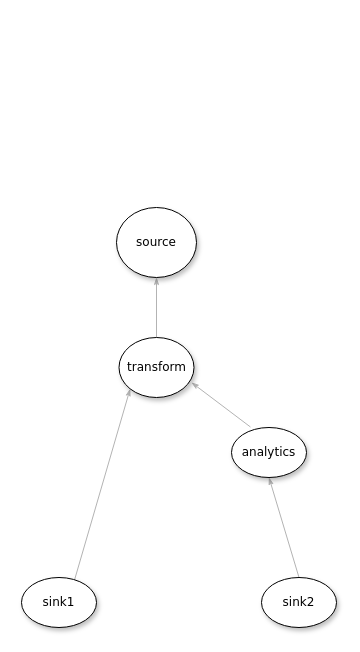
takayahilton/drow keeps this draw.io diagram as Untitled Diagram.drawio. Above is the earlier version. Source tidied: cells renumbered, new cells numbered last; positions are measured from the earlier drawing's top-left corner, leaving out a move shared by most shapes. Both pictures are drawn from the tidied source at 100%, with x=0, y=0 at pixel (21, 207).
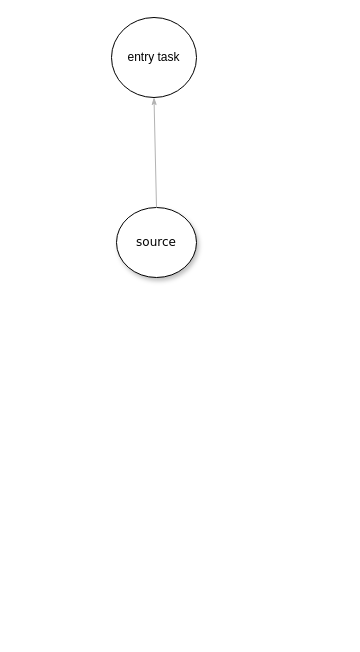
The same page after the edit.

The edit, as a diff of the source:
```diff
@@
 <mxGraphModel>
   <root>
     <mxCell id="0" />
     <mxCell id="1" parent="0" />
-    <mxCell id="2" style="edgeStyle=none;rounded=1;html=1;labelBackgroundColor=none;startArrow=none;startFill=0;startSize=5;endArrow=classicThin;endFill=1;endSize=5;jettySize=auto;strokeColor=#B3B3B3;strokeWidth=1;fontFamily=Verdana;fontSize=12;entryX=0.5;entryY=1;entryDx=0;entryDy=0;exitX=0.5;exitY=0;exitDx=0;exitDy=0;" parent="1" edge="1" source="6" target="3">
-      <mxGeometry relative="1" as="geometry" />
-    </mxCell>
     <mxCell id="3" value="source" style="ellipse;whiteSpace=wrap;html=1;rounded=0;shadow=1;comic=0;labelBackgroundColor=none;strokeWidth=1;fontFamily=Verdana;fontSize=12;align=center;" parent="1" vertex="1">
       <mxGeometry x="95" width="80" height="70" as="geometry" />
     </mxCell>
-    <mxCell id="4" style="edgeStyle=none;rounded=1;html=1;labelBackgroundColor=none;startArrow=none;startFill=0;startSize=5;endArrow=classicThin;endFill=1;endSize=5;jettySize=auto;strokeColor=#B3B3B3;strokeWidth=1;fontFamily=Verdana;fontSize=12;exitX=0.707;exitY=0.05;exitDx=0;exitDy=0;exitPerimeter=0;entryX=0;entryY=1;entryDx=0;entryDy=0;" parent="1" edge="1" source="9" target="6">
-      <mxGeometry relative="1" as="geometry" />
-    </mxCell>
-    <mxCell id="5" style="edgeStyle=none;rounded=1;html=1;labelBackgroundColor=none;startArrow=none;startFill=0;startSize=5;endArrow=classicThin;endFill=1;endSize=5;jettySize=auto;strokeColor=#B3B3B3;strokeWidth=1;fontFamily=Verdana;fontSize=12;entryX=0.967;entryY=0.75;entryDx=0;entryDy=0;exitX=0.253;exitY=-0.01;exitDx=0;exitDy=0;exitPerimeter=0;entryPerimeter=0;" parent="1" edge="1" source="8" target="6">
-      <mxGeometry relative="1" as="geometry" />
-    </mxCell>
-    <mxCell id="6" value="transform" style="ellipse;whiteSpace=wrap;html=1;rounded=0;shadow=1;comic=0;labelBackgroundColor=none;strokeWidth=1;fontFamily=Verdana;fontSize=12;align=center;" parent="1" vertex="1">
-      <mxGeometry x="97.5" y="130" width="75" height="60" as="geometry" />
-    </mxCell>
-    <mxCell id="7" style="edgeStyle=none;rounded=1;html=1;labelBackgroundColor=none;startArrow=none;startFill=0;startSize=5;endArrow=classicThin;endFill=1;endSize=5;jettySize=auto;strokeColor=#B3B3B3;strokeWidth=1;fontFamily=Verdana;fontSize=12;entryX=0.5;entryY=1;entryDx=0;entryDy=0;exitX=0.5;exitY=0;exitDx=0;exitDy=0;" parent="1" edge="1" source="10" target="8">
+    <mxCell id="7" style="edgeStyle=none;rounded=1;html=1;labelBackgroundColor=none;startArrow=none;startFill=0;startSize=5;endArrow=classicThin;endFill=1;endSize=5;jettySize=auto;strokeColor=#B3B3B3;strokeWidth=1;fontFamily=Verdana;fontSize=12;entryX=0.5;entryY=1;entryDx=0;entryDy=0;exitX=0.5;exitY=0;exitDx=0;exitDy=0;" parent="1" edge="1" source="3" target="11">
       <mxGeometry relative="1" as="geometry" />
     </mxCell>
-    <mxCell id="8" value="analytics" style="ellipse;whiteSpace=wrap;html=1;rounded=0;shadow=1;comic=0;labelBackgroundColor=none;strokeWidth=1;fontFamily=Verdana;fontSize=12;align=center;" parent="1" vertex="1">
-      <mxGeometry x="210" y="220" width="75" height="50" as="geometry" />
-    </mxCell>
-    <mxCell id="9" value="sink1" style="ellipse;whiteSpace=wrap;html=1;rounded=0;shadow=1;comic=0;labelBackgroundColor=none;strokeWidth=1;fontFamily=Verdana;fontSize=12;align=center;" parent="1" vertex="1">
-      <mxGeometry y="370" width="75" height="50" as="geometry" />
-    </mxCell>
-    <mxCell id="10" value="sink2" style="ellipse;whiteSpace=wrap;html=1;rounded=0;shadow=1;comic=0;labelBackgroundColor=none;strokeWidth=1;fontFamily=Verdana;fontSize=12;align=center;" parent="1" vertex="1">
-      <mxGeometry x="240" y="370" width="75" height="50" as="geometry" />
-    </mxCell>
+    <mxCell id="11" value="entry task" style="ellipse;whiteSpace=wrap;html=1;" parent="1" vertex="1">
+      <mxGeometry x="90" y="-190" width="85" height="80" as="geometry" />
+    </mxCell>
   </root>
 </mxGraphModel>
```
